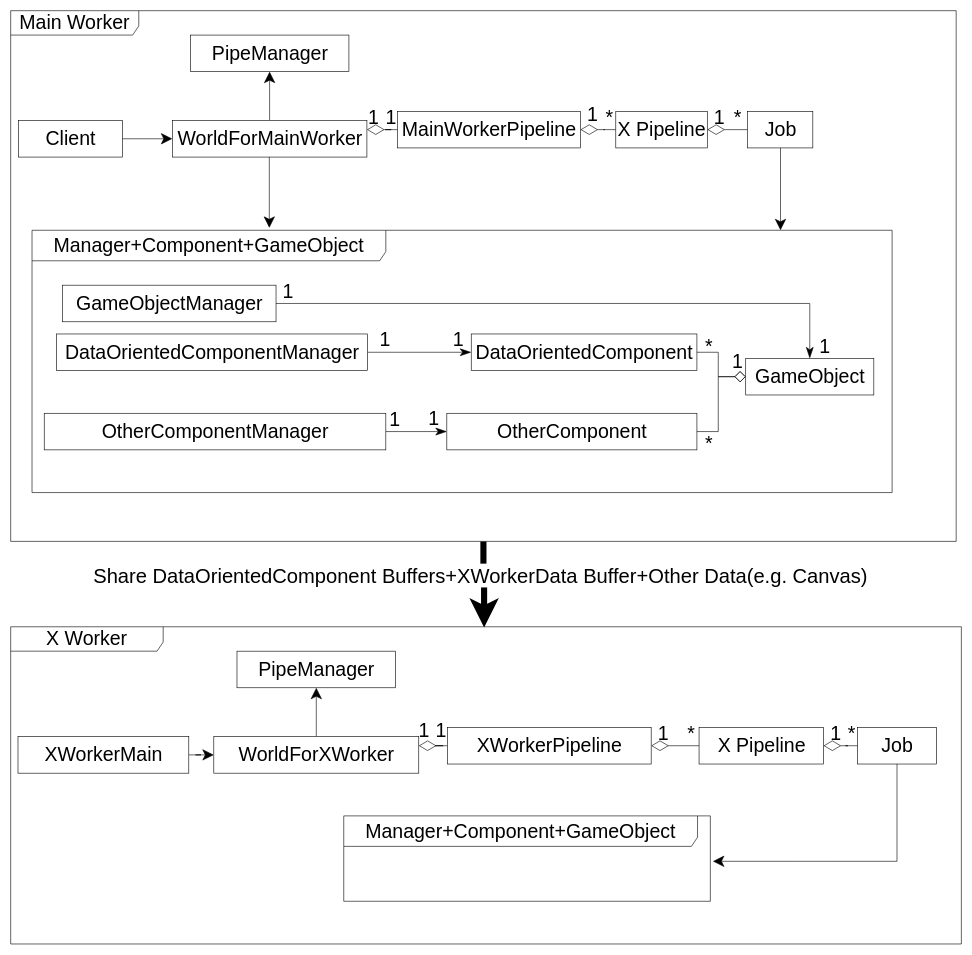
This is packages/多线程模式/role_abstract/类图.drawio from yyc-git/3DProgramPattern, a draw.io file, before an edit. Source tidied: cells renumbered, new cells numbered last; positions are measured from the earlier drawing's top-left corner, leaving out a move shared by most shapes. Both pictures are drawn from the tidied source at 61%, with x=0, y=0 at pixel (10, 10).
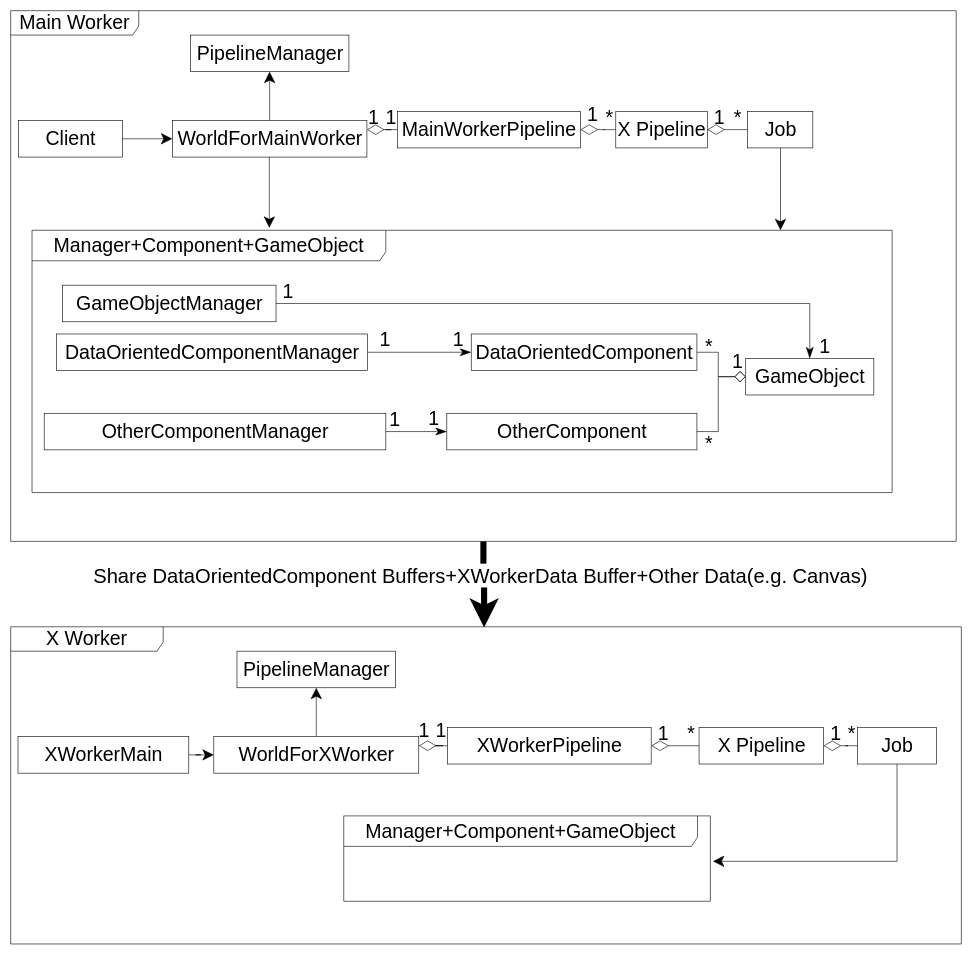
The same diagram, later.

Diff of the diagram source:
```diff
@@
-    <mxCell id="11" value="PipeManager" style="html=1;fontSize=32;" parent="1" vertex="1">
+    <mxCell id="11" value="PipelineManager" style="html=1;fontSize=32;" parent="1" vertex="1">
       <mxGeometry x="294.5" y="40" width="260" height="60" as="geometry" />
     </mxCell>
@@
-    <mxCell id="21" value="PipeManager" style="html=1;fontSize=32;" parent="1" vertex="1">
+    <mxCell id="21" value="PipelineManager" style="html=1;fontSize=32;" parent="1" vertex="1">
       <mxGeometry x="371" y="1050" width="260" height="60" as="geometry" />
     </mxCell>
```
